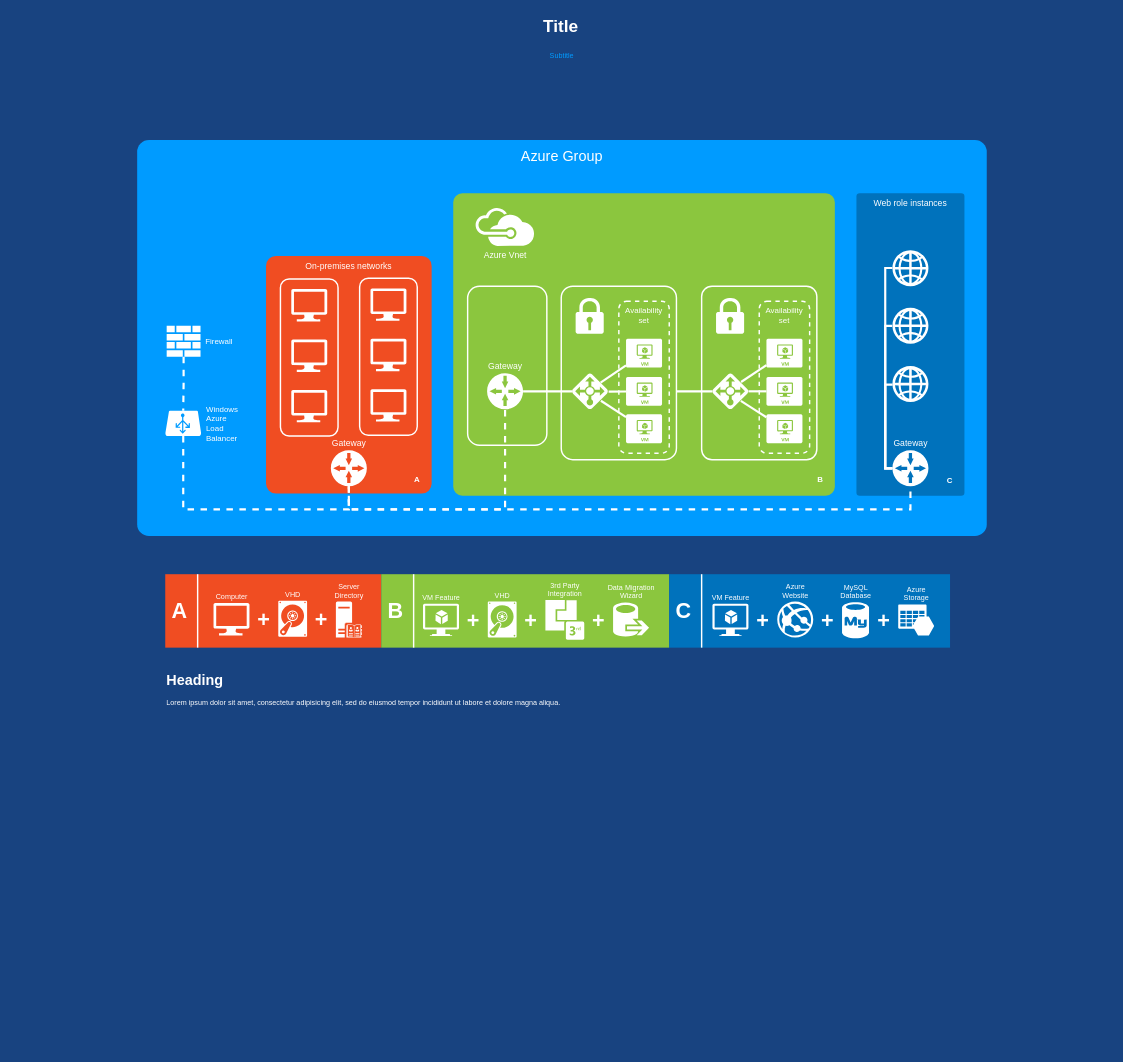
This is Untitled Diagram.drawio from ashokai/jetson, a draw.io file, before an edit. Source tidied: cells renumbered, new cells numbered last; positions are measured from the earlier drawing's top-left corner, leaving out a move shared by most shapes. Both pictures are drawn from the tidied source at 72%, with x=0, y=0 at pixel (12, 12).
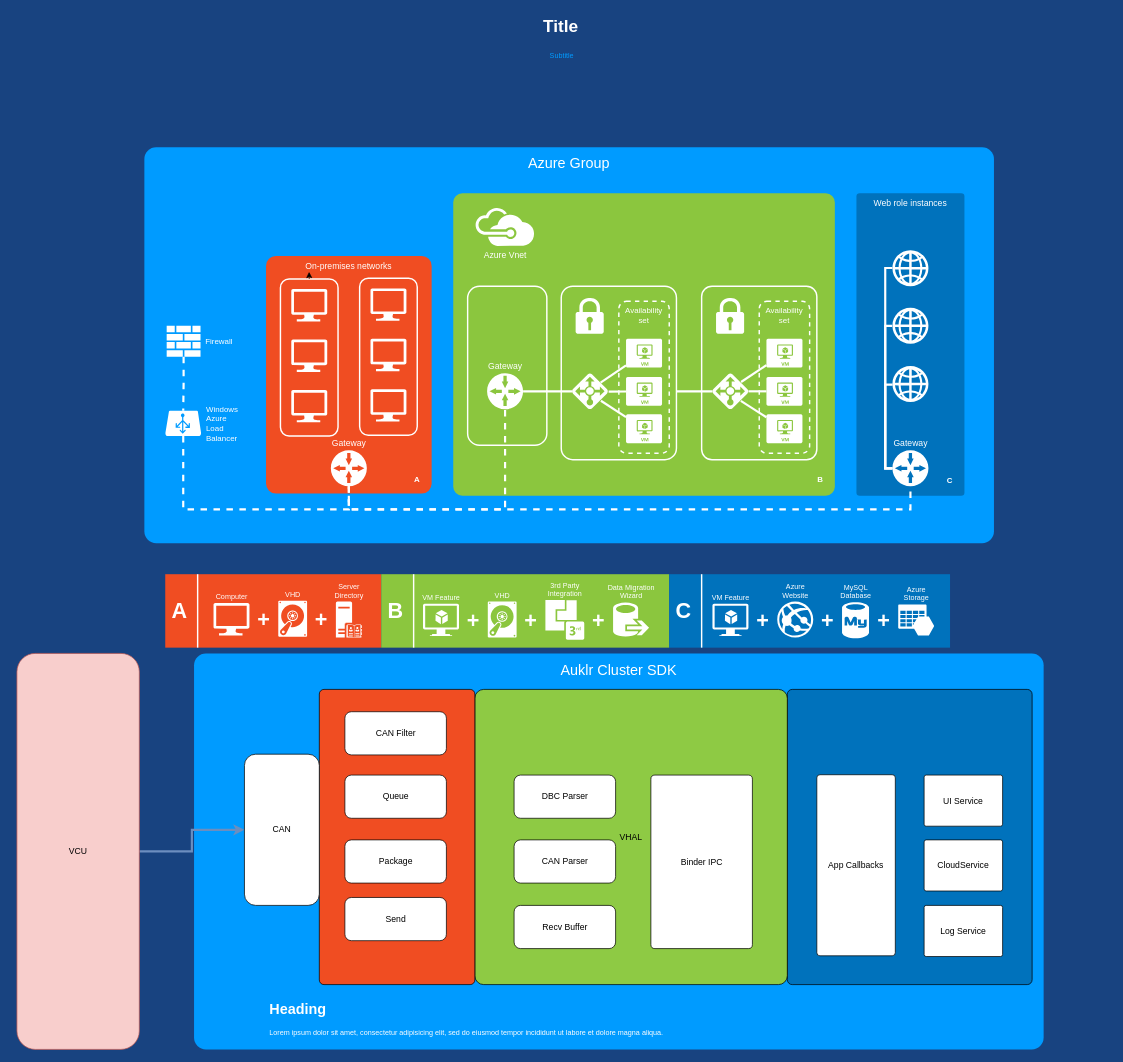
After the change.

Unchanged cells that the change refers to:
```xml
<mxCell id="7" value="On-premises networks" style="rounded=1;whiteSpace=wrap;html=1;shadow=0;strokeWidth=2;fillColor=#F04D22;fontSize=12;fontColor=#FFFFFF;align=center;strokeColor=none;arcSize=6;verticalAlign=top;" parent="1" vertex="1">
  <mxGeometry x="352" y="338" width="230" height="330" as="geometry" />
</mxCell>
<mxCell id="8" style="rounded=1;whiteSpace=wrap;html=1;shadow=0;strokeWidth=2;fillColor=none;fontSize=12;fontColor=#000000;align=center;strokeColor=#FFFFFF;" parent="1" vertex="1">
  <mxGeometry x="372" y="370" width="80" height="218" as="geometry" />
</mxCell>
```

What changed in the source:
```diff
@@
-    <mxCell id="2" value="Azure Group" style="whiteSpace=wrap;html=1;rounded=1;shadow=0;strokeColor=none;strokeWidth=2;fillColor=#009BFF;fontSize=20;fontColor=#FFFFFF;align=center;arcSize=3;verticalAlign=top;spacingTop=4;" parent="1" vertex="1">
-      <mxGeometry x="173" y="177" width="1180" height="550" as="geometry" />
+    <mxCell id="2" value="Auklr Cluster SDK" style="whiteSpace=wrap;html=1;rounded=1;shadow=0;strokeColor=none;strokeWidth=2;fillColor=#009BFF;fontSize=20;fontColor=#FFFFFF;align=center;arcSize=3;verticalAlign=top;spacingTop=4;" parent="1" vertex="1">
+      <mxGeometry x="252" y="890" width="1180" height="550" as="geometry" />
     </mxCell>
+    <mxCell id="87" value="Azure Group" style="whiteSpace=wrap;html=1;rounded=1;shadow=0;strokeColor=none;strokeWidth=2;fillColor=#009BFF;fontSize=20;fontColor=#FFFFFF;align=center;arcSize=3;verticalAlign=top;spacingTop=4;" parent="1" vertex="1">
+      <mxGeometry x="183" y="187" width="1180" height="550" as="geometry" />
+    </mxCell>
+    <mxCell id="88" style="rounded=1;whiteSpace=wrap;html=1;arcSize=2;fillColor=#0072bc;" parent="1" vertex="1">
+      <mxGeometry x="1076" y="940" width="340" height="410" as="geometry" />
+    </mxCell>
+    <mxCell id="89" value="VHAL" style="rounded=1;whiteSpace=wrap;html=1;arcSize=3;fillColor=#8eca44;" parent="1" vertex="1">
+      <mxGeometry x="642" y="940" width="434" height="410" as="geometry" />
+    </mxCell>
+    <mxCell id="90" style="rounded=1;whiteSpace=wrap;html=1;arcSize=3;fillColor=#f04d22;" parent="1" vertex="1">
+      <mxGeometry x="426" y="940" width="216" height="410" as="geometry" />
+    </mxCell>
@@
     <mxCell id="85" value="&lt;h1&gt;Heading&lt;/h1&gt;&lt;p&gt;Lorem ipsum dolor sit amet, consectetur adipisicing elit, sed do eiusmod tempor incididunt ut labore et dolore magna aliqua.&lt;/p&gt;" style="text;html=1;strokeColor=none;fillColor=none;spacing=5;spacingTop=-20;whiteSpace=wrap;overflow=hidden;rounded=0;shadow=0;fontSize=10;fontColor=#FFFFFF;align=left;" parent="1" vertex="1">
-      <mxGeometry x="209" y="912" width="1041" height="70" as="geometry" />
+      <mxGeometry x="352" y="1370" width="1041" height="70" as="geometry" />
     </mxCell>
@@
+    <mxCell id="91" style="edgeStyle=orthogonalEdgeStyle;rounded=0;jettySize=auto;html=1;exitX=0.5;exitY=0;exitDx=0;exitDy=0;entryX=0.26;entryY=0.067;entryDx=0;entryDy=0;entryPerimeter=0;" parent="1" edge="1" source="8" target="7">
+      <mxGeometry relative="1" as="geometry" />
+    </mxCell>
+    <mxCell id="92" style="edgeStyle=orthogonalEdgeStyle;rounded=0;jettySize=auto;html=1;fillColor=#dae8fc;strokeColor=#6c8ebf;strokeWidth=3;" parent="1" edge="1" source="93" target="95">
+      <mxGeometry relative="1" as="geometry" />
+    </mxCell>
+    <mxCell id="93" value="VCU" style="rounded=1;whiteSpace=wrap;html=1;fillColor=#f8cecc;strokeColor=#b85450;" parent="1" vertex="1">
+      <mxGeometry x="6" y="890" width="170" height="550" as="geometry" />
+    </mxCell>
+    <mxCell id="94" value="CAN Filter" style="rounded=1;whiteSpace=wrap;html=1;" parent="1" vertex="1">
+      <mxGeometry x="461.5" y="971" width="141" height="60" as="geometry" />
+    </mxCell>
+    <mxCell id="95" value="CAN" style="rounded=1;whiteSpace=wrap;html=1;" parent="1" vertex="1">
+      <mxGeometry x="322" y="1030" width="104" height="210" as="geometry" />
+    </mxCell>
+    <mxCell id="96" value="Queue" style="rounded=1;whiteSpace=wrap;html=1;" parent="1" vertex="1">
+      <mxGeometry x="461.5" y="1059" width="141" height="60" as="geometry" />
+    </mxCell>
+    <mxCell id="97" value="Package" style="rounded=1;whiteSpace=wrap;html=1;" parent="1" vertex="1">
+      <mxGeometry x="461.5" y="1149" width="141" height="60" as="geometry" />
+    </mxCell>
+    <mxCell id="98" value="Send" style="rounded=1;whiteSpace=wrap;html=1;" parent="1" vertex="1">
+      <mxGeometry x="461.5" y="1229" width="141" height="60" as="geometry" />
+    </mxCell>
+    <mxCell id="99" value="Recv Buffer" style="rounded=1;whiteSpace=wrap;html=1;" parent="1" vertex="1">
+      <mxGeometry x="696.5" y="1240" width="141" height="60" as="geometry" />
+    </mxCell>
+    <mxCell id="100" value="CAN Parser" style="rounded=1;whiteSpace=wrap;html=1;" parent="1" vertex="1">
+      <mxGeometry x="696.5" y="1149" width="141" height="60" as="geometry" />
+    </mxCell>
+    <mxCell id="101" value="DBC Parser" style="rounded=1;whiteSpace=wrap;html=1;" parent="1" vertex="1">
+      <mxGeometry x="696.5" y="1059" width="141" height="60" as="geometry" />
+    </mxCell>
+    <mxCell id="102" value="Binder IPC" style="rounded=1;whiteSpace=wrap;html=1;arcSize=4;" parent="1" vertex="1">
+      <mxGeometry x="886.5" y="1059" width="141" height="241" as="geometry" />
+    </mxCell>
+    <mxCell id="103" value="App Callbacks" style="rounded=1;whiteSpace=wrap;html=1;arcSize=4;" parent="1" vertex="1">
+      <mxGeometry x="1117" y="1058.5" width="109" height="251.5" as="geometry" />
+    </mxCell>
+    <mxCell id="104" value="UI Service" style="rounded=1;whiteSpace=wrap;html=1;arcSize=4;" parent="1" vertex="1">
+      <mxGeometry x="1266" y="1059" width="109" height="71" as="geometry" />
+    </mxCell>
+    <mxCell id="105" value="CloudService" style="rounded=1;whiteSpace=wrap;html=1;arcSize=4;" parent="1" vertex="1">
+      <mxGeometry x="1266" y="1149" width="109" height="71" as="geometry" />
+    </mxCell>
+    <mxCell id="106" value="Log Service" style="rounded=1;whiteSpace=wrap;html=1;arcSize=4;" parent="1" vertex="1">
+      <mxGeometry x="1266" y="1240" width="109" height="71" as="geometry" />
+    </mxCell>
```
